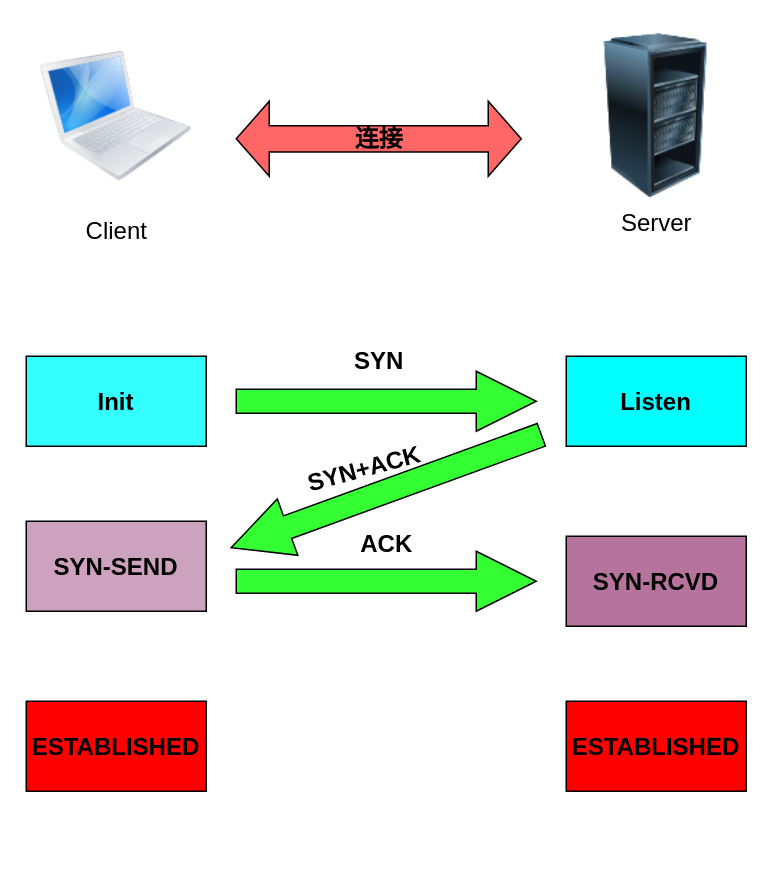
Before: 三次握手.drawio in paidaxingz/draw.io, a draw.io diagram. Source tidied: cells renumbered, new cells numbered last; positions are measured from the earlier drawing's top-left corner, leaving out a move shared by most shapes. Both pictures are drawn from the tidied source at 150%, with x=0, y=0 at pixel (26, 26).
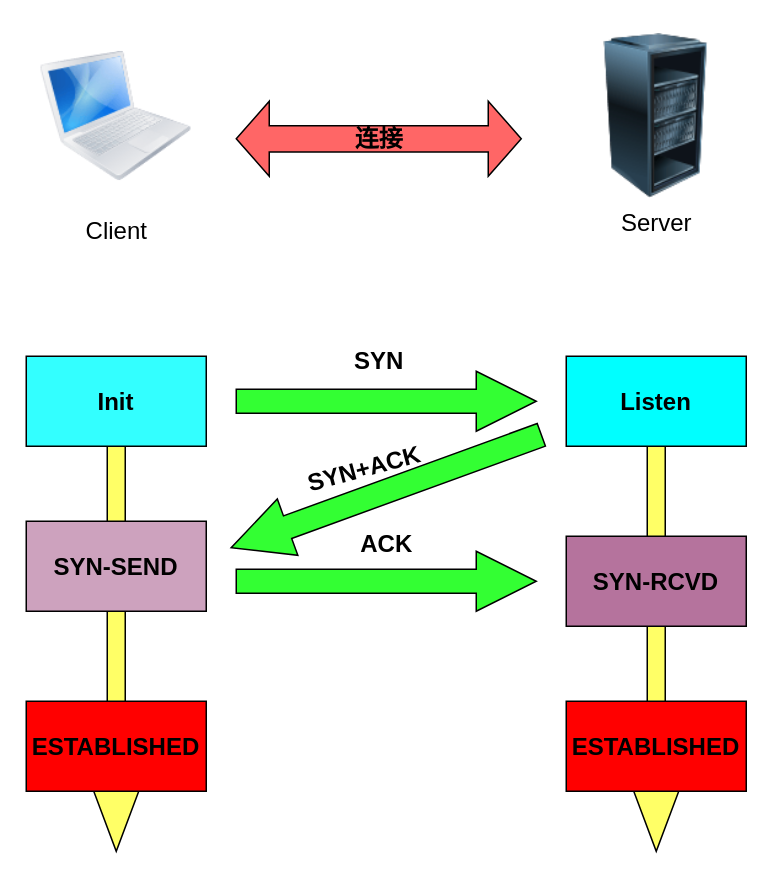
Above is the later version.

Commit message (it also covers changes not shown here):
更新三次握手.drawio

What changed in the source:
```diff
@@
 <mxGraphModel>
   <root>
     <mxCell id="0" />
     <mxCell id="1" parent="0" />
+    <mxCell id="17" style="html=1;shadow=0;dashed=0;align=center;verticalAlign=middle;shape=mxgraph.arrows2.arrow;dy=0.6;dx=40;direction=south;notch=0;fillColor=#FFFF66;" parent="1" vertex="1">
+      <mxGeometry x="405" y="280" width="30" height="270" as="geometry" />
+    </mxCell>
+    <mxCell id="18" style="html=1;shadow=0;dashed=0;align=center;verticalAlign=middle;shape=mxgraph.arrows2.arrow;dy=0.6;dx=40;direction=south;notch=0;fillColor=#FFFF66;" parent="1" vertex="1">
+      <mxGeometry x="45" y="280" width="30" height="270" as="geometry" />
+    </mxCell>
     <mxCell id="2" value="Client" style="image;html=1;image=img/lib/clip_art/computers/MacBook_128x128.png;fontSize=16;" parent="1" vertex="1">
       <mxGeometry x="10" width="100" height="120" as="geometry" />
     </mxCell>
     <mxCell id="3" value="Server" style="image;html=1;image=img/lib/clip_art/computers/Server_Rack_Partial_128x128.png;fontSize=16;" parent="1" vertex="1">
       <mxGeometry x="370" y="5" width="100" height="110" as="geometry" />
     </mxCell>
     <mxCell id="4" value="&lt;b&gt;连接&lt;/b&gt;" style="html=1;shadow=0;dashed=0;align=center;verticalAlign=middle;shape=mxgraph.arrows2.twoWayArrow;dy=0.65;dx=22;fontSize=16;fillColor=#FF6666;" parent="1" vertex="1">
       <mxGeometry x="140" y="50" width="190" height="50" as="geometry" />
     </mxCell>
     <mxCell id="5" value="Init" style="rounded=0;whiteSpace=wrap;html=1;fontSize=16;fillColor=#33FFFF;fontStyle=1;" parent="1" vertex="1">
       <mxGeometry y="220" width="120" height="60" as="geometry" />
     </mxCell>
     <mxCell id="6" value="SYN-SEND" style="rounded=0;whiteSpace=wrap;html=1;fontSize=16;fillColor=#CDA2BE;fontStyle=1;" parent="1" vertex="1">
       <mxGeometry y="330" width="120" height="60" as="geometry" />
     </mxCell>
     <mxCell id="7" value="ESTABLISHED" style="rounded=0;whiteSpace=wrap;html=1;fontSize=16;fillColor=#FF0000;fontStyle=1;" parent="1" vertex="1">
       <mxGeometry y="450" width="120" height="60" as="geometry" />
     </mxCell>
     <mxCell id="8" value="Listen" style="rounded=0;whiteSpace=wrap;html=1;fontSize=16;fillColor=#00FFFF;fontStyle=1;" parent="1" vertex="1">
       <mxGeometry x="360" y="220" width="120" height="60" as="geometry" />
     </mxCell>
     <mxCell id="9" value="SYN-RCVD" style="rounded=0;whiteSpace=wrap;html=1;fontSize=16;fillColor=#B5739D;fontStyle=1;" parent="1" vertex="1">
       <mxGeometry x="360" y="340" width="120" height="60" as="geometry" />
     </mxCell>
     <mxCell id="10" value="ESTABLISHED" style="rounded=0;whiteSpace=wrap;html=1;fontSize=16;fillColor=#FF0000;fontStyle=1;" parent="1" vertex="1">
       <mxGeometry x="360" y="450" width="120" height="60" as="geometry" />
     </mxCell>
     <mxCell id="11" style="html=1;shadow=0;dashed=0;align=center;verticalAlign=middle;shape=mxgraph.arrows2.arrow;dy=0.6;dx=40;notch=0;fontSize=16;fontStyle=1;fillColor=#33FF33;" parent="1" vertex="1">
       <mxGeometry x="140" y="230" width="200" height="40" as="geometry" />
     </mxCell>
     <mxCell id="12" value="SYN" style="text;html=1;align=center;verticalAlign=middle;strokeColor=none;fillColor=none;fontSize=16;fontStyle=1;" parent="1" vertex="1">
       <mxGeometry x="205" y="208" width="60" height="30" as="geometry" />
     </mxCell>
     <mxCell id="13" style="html=1;shadow=0;dashed=0;align=center;verticalAlign=middle;shape=mxgraph.arrows2.arrow;dy=0.6;dx=40;notch=0;fontSize=16;fontStyle=1;fillColor=#33FF33;" parent="1" vertex="1">
       <mxGeometry x="140" y="350" width="200" height="40" as="geometry" />
     </mxCell>
     <mxCell id="14" value="ACK" style="text;html=1;align=center;verticalAlign=middle;strokeColor=none;fillColor=none;fontSize=16;fontStyle=1;" parent="1" vertex="1">
       <mxGeometry x="210" y="330" width="60" height="30" as="geometry" />
     </mxCell>
     <mxCell id="15" style="html=1;shadow=0;dashed=0;align=center;verticalAlign=middle;shape=mxgraph.arrows2.arrow;dy=0.6;dx=40;flipH=1;notch=0;rotation=-20;fontSize=16;fontStyle=1;fillColor=#33FF33;" parent="1" vertex="1">
       <mxGeometry x="130" y="290" width="220" height="40" as="geometry" />
     </mxCell>
     <mxCell id="16" value="SYN+ACK" style="text;html=1;align=center;verticalAlign=middle;strokeColor=none;fillColor=none;rotation=-15;fontSize=16;fontStyle=1;" parent="1" vertex="1">
       <mxGeometry x="175" y="280" width="100" height="30" as="geometry" />
     </mxCell>
   </root>
 </mxGraphModel>
```
